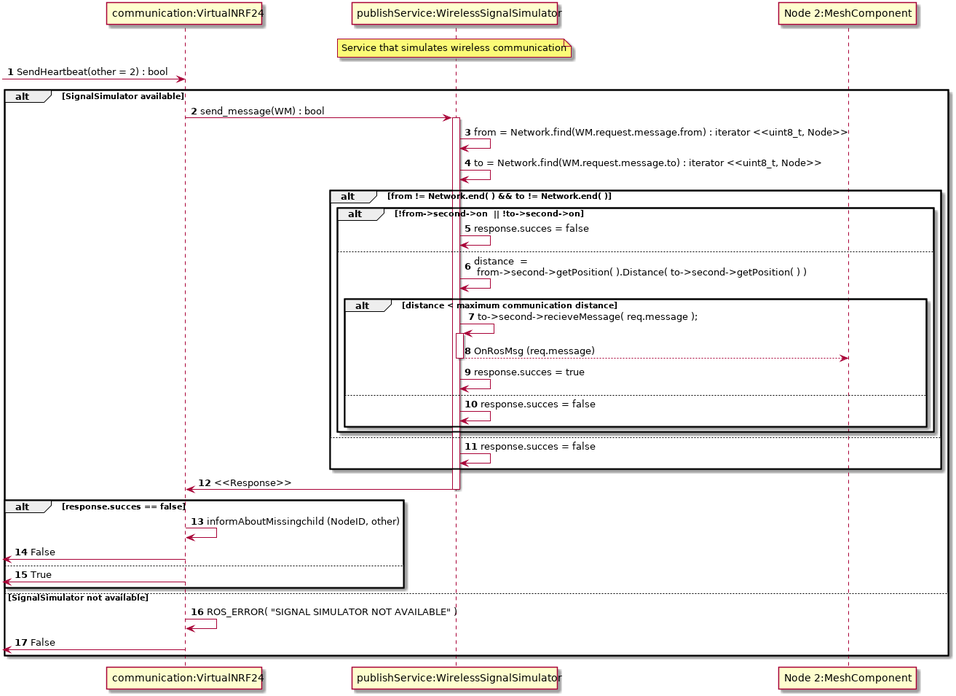
This is Docs/DesignDocumenten/UML/out/ros/sequence/SendMessage/SendMessage.png from mauriceberentsen/Automated-Drone-Distribution-Network, a PlantUML export, as it was before one commit.
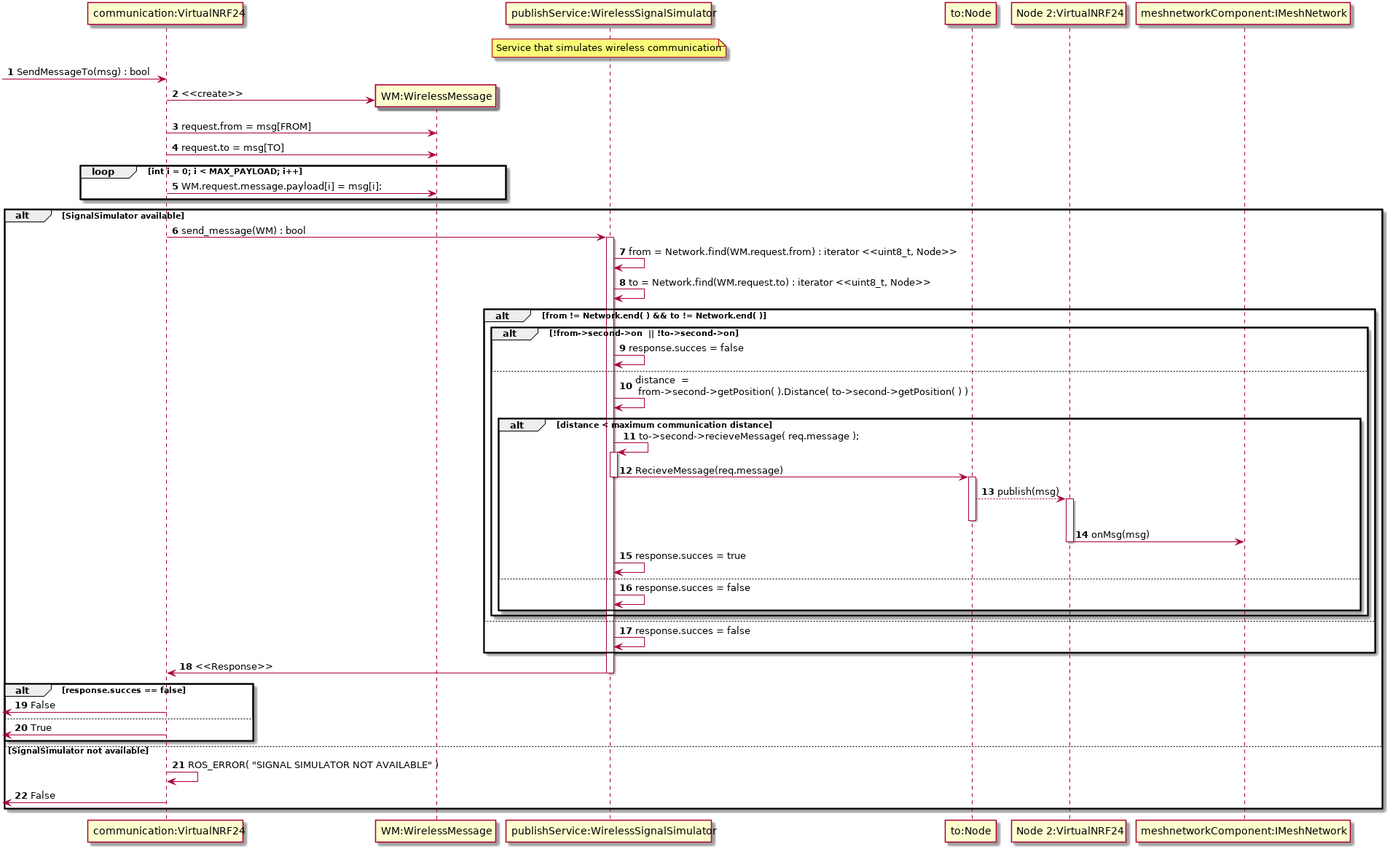
The same diagram one commit later.

The edit, as a diff of the source:
```diff
@@ -1,19 +1,28 @@
 @startuml
 autonumber
 participant "communication:VirtualNRF24" as 1
+participant "WM:WirelessMessage" as WM
 participant "publishService:WirelessSignalSimulator" as SS
 note over SS: Service that simulates wireless communication
-participant "Node 2:MeshComponent" as 2
+participant "to:Node" as node
+participant "Node 2:VirtualNRF24" as 2
+participant "meshnetworkComponent:IMeshNetwork" as IMN
 
 
-[-> 1  : SendHeartbeat(other = 2) : bool
-
+[-> 1  : SendMessageTo(msg) : bool
+create WM
+1 -> WM : <<create>>
+1 -> WM : request.from = msg[FROM]
+1 -> WM : request.to = msg[TO]
+loop int i = 0; i < MAX_PAYLOAD; i++
+1 -> WM : WM.request.message.payload[i] = msg[i];
+end
 
 
 alt SignalSimulator available
 1 -> SS ++ : send_message(WM) : bool
-SS -> SS : from = Network.find(WM.request.message.from) : iterator <<uint8_t, Node>>
-SS -> SS : to = Network.find(WM.request.message.to) : iterator <<uint8_t, Node>>
+SS -> SS : from = Network.find(WM.request.from) : iterator <<uint8_t, Node>>
+SS -> SS : to = Network.find(WM.request.to) : iterator <<uint8_t, Node>>
 
 alt from != Network.end( ) && to != Network.end( )
 	alt !from->second->on  || !to->second->on
@@ -22,7 +31,12 @@
     	SS -> SS : distance  = \n from->second->getPosition( ).Distance( to->second->getPosition( ) )
         alt distance < maximum communication distance
         	SS -> SS ++ : to->second->recieveMessage( req.message );
-            SS --> 2 --:  OnRosMsg (req.message)
+            SS -> node --:  RecieveMessage(req.message)
+						activate node
+						node --> 2 +: publish(msg)
+						deactivate node
+						2 -> IMN : onMsg(msg)
+						deactivate 2
         	SS <- SS :	response.succes = true
 		else
         	SS <- SS :	response.succes = false
@@ -36,7 +50,6 @@
 1 <- SS --: <<Response>>
 
 alt  response.succes == false
-1 -> 1 :  informAboutMissingchild (NodeID, other)
 [<- 1 : False
 else
 [<- 1 : True
```
